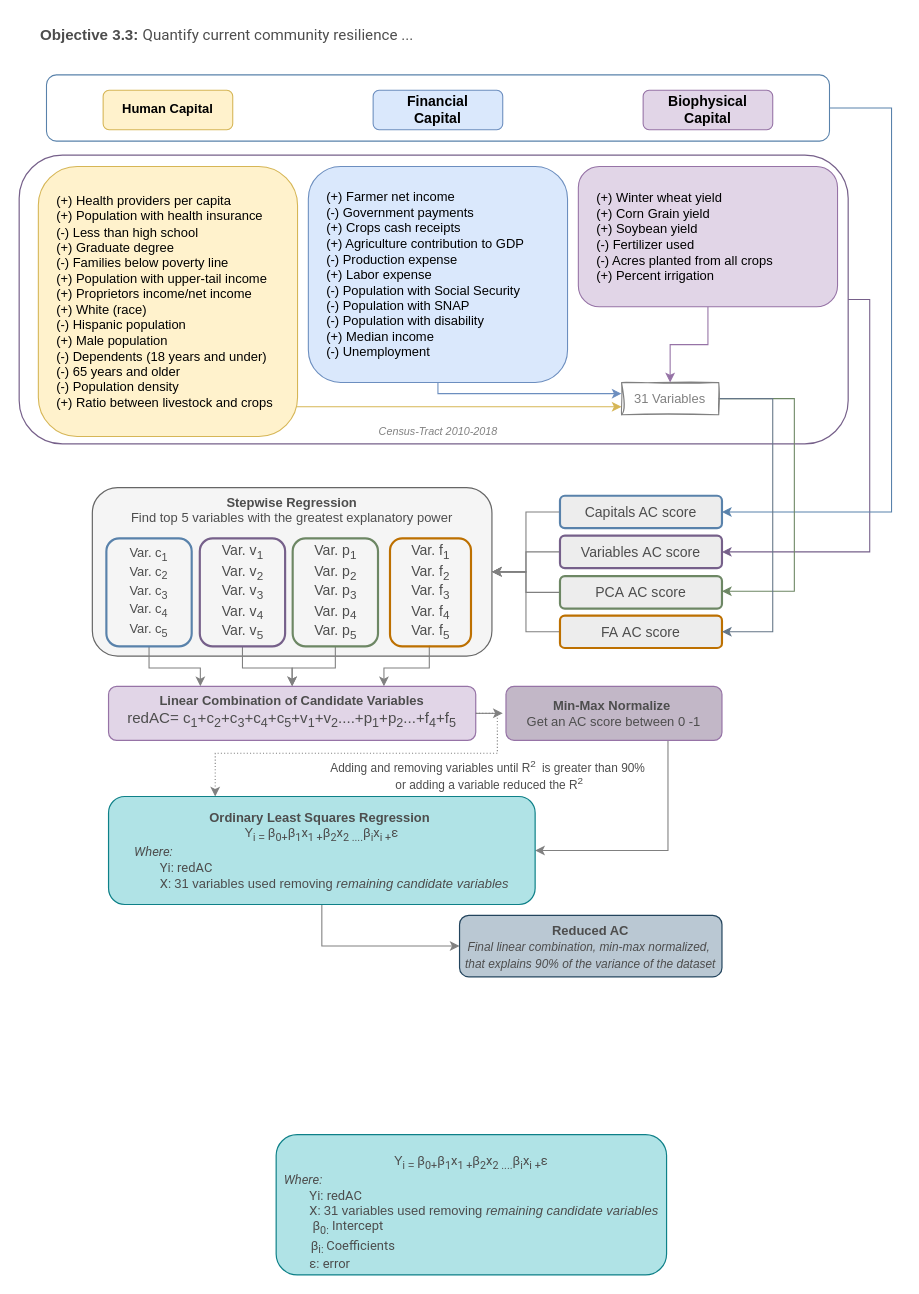
Before: relative std deviation.drawio in dealchre/gradDrawio, a draw.io diagram. Source tidied: cells renumbered, new cells numbered last; positions are measured from the earlier drawing's top-left corner, leaving out a move shared by most shapes. Both pictures are drawn from the tidied source at 108%, with x=0, y=0 at pixel (38, -284).
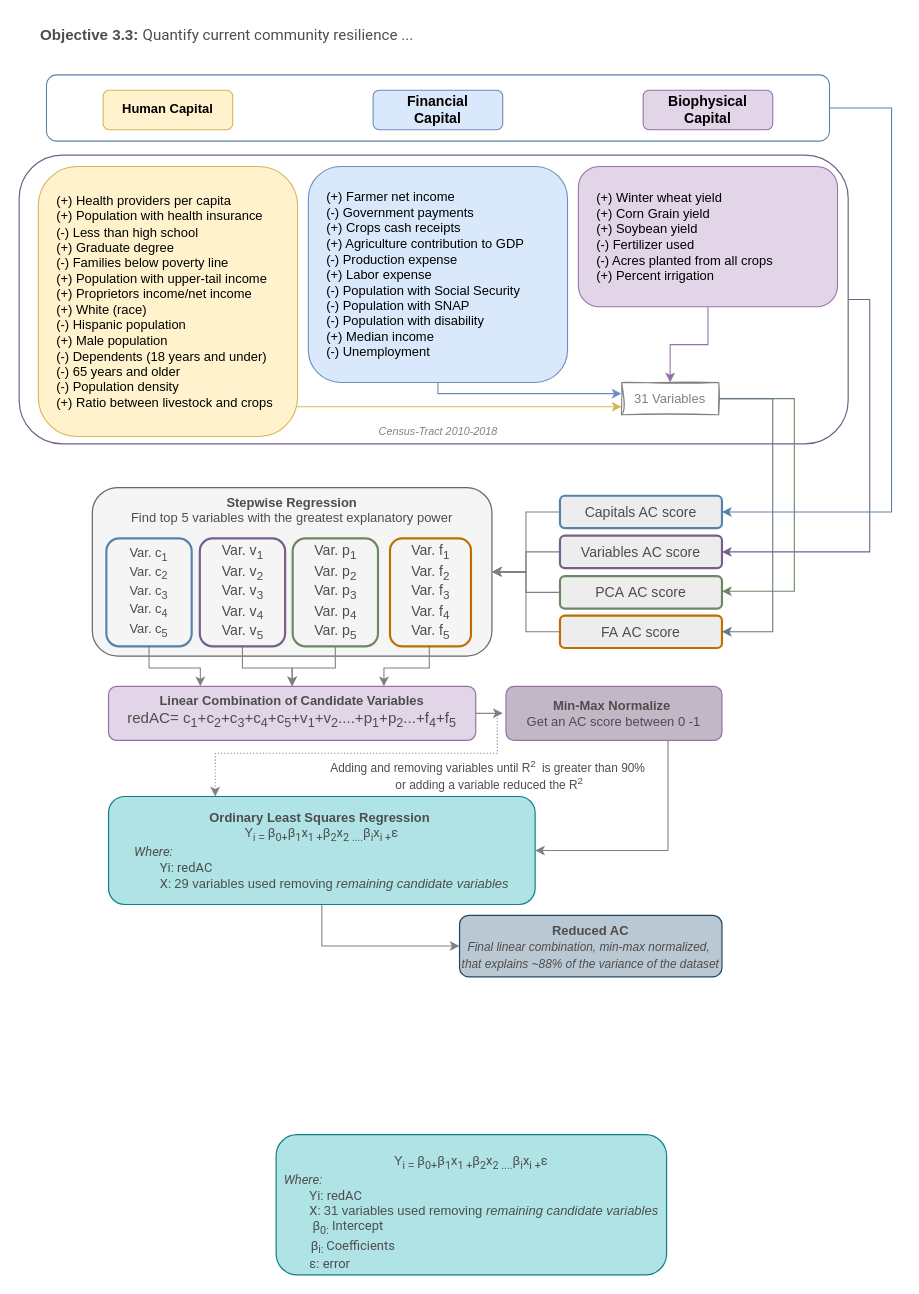
After the change.

What changed in the source:
```diff
@@
-    <mxCell id="24" value="&lt;b&gt;Ordinary Least Squares Regression&amp;nbsp;&lt;/b&gt;&lt;div&gt;&lt;div&gt;Y&lt;sub&gt;i =&amp;nbsp;&lt;/sub&gt;&lt;span style=&quot;font-family: &amp;quot;Google Sans&amp;quot;, Roboto, Arial, sans-serif; text-align: left;&quot;&gt;β&lt;sub&gt;0+&lt;/sub&gt;&lt;/span&gt;&lt;span style=&quot;font-family: &amp;quot;Google Sans&amp;quot;, Roboto, Arial, sans-serif; text-align: left;&quot;&gt;β&lt;sub&gt;1&lt;/sub&gt;x&lt;sub&gt;1 +&lt;/sub&gt;&lt;/span&gt;&lt;span style=&quot;font-family: &amp;quot;Google Sans&amp;quot;, Roboto, Arial, sans-serif; text-align: left;&quot;&gt;β&lt;/span&gt;&lt;span style=&quot;font-family: &amp;quot;Google Sans&amp;quot;, Roboto, Arial, sans-serif; text-align: left;&quot;&gt;&lt;sub&gt;2&lt;/sub&gt;&lt;/span&gt;&lt;span style=&quot;font-family: &amp;quot;Google Sans&amp;quot;, Roboto, Arial, sans-serif; text-align: left;&quot;&gt;x&lt;sub&gt;2&lt;/sub&gt;&lt;sub&gt;&amp;nbsp;....&lt;/sub&gt;&lt;/span&gt;&lt;span style=&quot;font-family: &amp;quot;Google Sans&amp;quot;, Roboto, Arial, sans-serif; text-align: left;&quot;&gt;β&lt;/span&gt;&lt;span style=&quot;font-family: &amp;quot;Google Sans&amp;quot;, Roboto, Arial, sans-serif; text-align: left;&quot;&gt;&lt;sub&gt;i&lt;/sub&gt;x&lt;sub&gt;i&lt;/sub&gt;&lt;sub&gt;&amp;nbsp;+&lt;/sub&gt;&lt;/span&gt;&lt;span style=&quot;font-family: &amp;quot;Google Sans&amp;quot;, Roboto, Arial, sans-serif; text-align: left;&quot;&gt;ε&lt;/span&gt;&lt;/div&gt;&lt;div style=&quot;text-align: left;&quot;&gt;&lt;font face=&quot;Google Sans, Roboto, Arial, sans-serif&quot;&gt;&lt;i&gt;Where:&lt;/i&gt;&amp;nbsp;&lt;/font&gt;&lt;/div&gt;&lt;div style=&quot;text-align: left;&quot;&gt;&lt;font face=&quot;Google Sans, Roboto, Arial, sans-serif&quot;&gt;&lt;span style=&quot;white-space: pre;&quot;&gt;&#9;&lt;/span&gt;Yi: redAC&lt;/font&gt;&lt;/div&gt;&lt;div style=&quot;text-align: left;&quot;&gt;&lt;font face=&quot;Google Sans, Roboto, Arial, sans-serif&quot;&gt;&lt;span style=&quot;white-space: pre;&quot;&gt;&#9;&lt;/span&gt;X:&amp;nbsp;&lt;/font&gt;&lt;span style=&quot;background-color: initial; text-align: center;&quot;&gt;31 variables used removing&amp;nbsp;&lt;i&gt;remaining candidate variables&lt;/i&gt;&lt;/span&gt;&lt;/div&gt;&lt;/div&gt;" style="whiteSpace=wrap;html=1;verticalAlign=middle;fillColor=#b0e3e6;strokeColor=#0e8088;rounded=1;strokeWidth=1.1;labelBorderColor=none;labelBackgroundColor=none;fontColor=#4D4D4D;" parent="1" vertex="1">
+    <mxCell id="24" value="&lt;b&gt;Ordinary Least Squares Regression&amp;nbsp;&lt;/b&gt;&lt;div&gt;&lt;div&gt;Y&lt;sub&gt;i =&amp;nbsp;&lt;/sub&gt;&lt;span style=&quot;font-family: &amp;quot;Google Sans&amp;quot;, Roboto, Arial, sans-serif; text-align: left;&quot;&gt;β&lt;sub&gt;0+&lt;/sub&gt;&lt;/span&gt;&lt;span style=&quot;font-family: &amp;quot;Google Sans&amp;quot;, Roboto, Arial, sans-serif; text-align: left;&quot;&gt;β&lt;sub&gt;1&lt;/sub&gt;x&lt;sub&gt;1 +&lt;/sub&gt;&lt;/span&gt;&lt;span style=&quot;font-family: &amp;quot;Google Sans&amp;quot;, Roboto, Arial, sans-serif; text-align: left;&quot;&gt;β&lt;/span&gt;&lt;span style=&quot;font-family: &amp;quot;Google Sans&amp;quot;, Roboto, Arial, sans-serif; text-align: left;&quot;&gt;&lt;sub&gt;2&lt;/sub&gt;&lt;/span&gt;&lt;span style=&quot;font-family: &amp;quot;Google Sans&amp;quot;, Roboto, Arial, sans-serif; text-align: left;&quot;&gt;x&lt;sub&gt;2&lt;/sub&gt;&lt;sub&gt;&amp;nbsp;....&lt;/sub&gt;&lt;/span&gt;&lt;span style=&quot;font-family: &amp;quot;Google Sans&amp;quot;, Roboto, Arial, sans-serif; text-align: left;&quot;&gt;β&lt;/span&gt;&lt;span style=&quot;font-family: &amp;quot;Google Sans&amp;quot;, Roboto, Arial, sans-serif; text-align: left;&quot;&gt;&lt;sub&gt;i&lt;/sub&gt;x&lt;sub&gt;i&lt;/sub&gt;&lt;sub&gt;&amp;nbsp;+&lt;/sub&gt;&lt;/span&gt;&lt;span style=&quot;font-family: &amp;quot;Google Sans&amp;quot;, Roboto, Arial, sans-serif; text-align: left;&quot;&gt;ε&lt;/span&gt;&lt;/div&gt;&lt;div style=&quot;text-align: left;&quot;&gt;&lt;font face=&quot;Google Sans, Roboto, Arial, sans-serif&quot;&gt;&lt;i&gt;Where:&lt;/i&gt;&amp;nbsp;&lt;/font&gt;&lt;/div&gt;&lt;div style=&quot;text-align: left;&quot;&gt;&lt;font face=&quot;Google Sans, Roboto, Arial, sans-serif&quot;&gt;&lt;span style=&quot;white-space: pre;&quot;&gt;&#9;&lt;/span&gt;Yi: redAC&lt;/font&gt;&lt;/div&gt;&lt;div style=&quot;text-align: left;&quot;&gt;&lt;font face=&quot;Google Sans, Roboto, Arial, sans-serif&quot;&gt;&lt;span style=&quot;white-space: pre;&quot;&gt;&#9;&lt;/span&gt;X:&amp;nbsp;&lt;/font&gt;&lt;span style=&quot;background-color: initial; text-align: center;&quot;&gt;29 variables used removing&amp;nbsp;&lt;i&gt;remaining candidate variables&lt;/i&gt;&lt;/span&gt;&lt;/div&gt;&lt;/div&gt;" style="whiteSpace=wrap;html=1;verticalAlign=middle;fillColor=#b0e3e6;strokeColor=#0e8088;rounded=1;strokeWidth=1.1;labelBorderColor=none;labelBackgroundColor=none;fontColor=#4D4D4D;" parent="1" vertex="1">
       <mxGeometry x="65" y="1000" width="395" height="100" as="geometry" />
     </mxCell>
-    <mxCell id="25" value="&lt;div style=&quot;&quot;&gt;&lt;b&gt;Reduced AC&lt;/b&gt;&lt;/div&gt;&lt;div style=&quot;font-size: 11px;&quot;&gt;&lt;div style=&quot;line-height: 10.4px;&quot;&gt;&lt;sub style=&quot;&quot;&gt;&lt;i style=&quot;font-size: 11px;&quot;&gt;&lt;font style=&quot;font-size: 11px;&quot;&gt;Final linear combination, min-max normalized,&amp;nbsp;&lt;/font&gt;&lt;/i&gt;&lt;/sub&gt;&lt;/div&gt;&lt;div style=&quot;line-height: 10.4px;&quot;&gt;&lt;sub&gt;&lt;i style=&quot;font-size: 11px;&quot;&gt;&lt;font style=&quot;font-size: 11px;&quot;&gt;that explains 90% of the variance of the dataset&lt;/font&gt;&lt;/i&gt;&lt;/sub&gt;&lt;/div&gt;&lt;/div&gt;" style="text;html=1;strokeColor=#23445d;fillColor=#bac8d3;align=center;verticalAlign=middle;whiteSpace=wrap;rounded=1;fontSize=12;strokeWidth=1.1;labelBorderColor=none;labelBackgroundColor=none;fontColor=#4D4D4D;" parent="1" vertex="1">
+    <mxCell id="25" value="&lt;div style=&quot;&quot;&gt;&lt;b&gt;Reduced AC&lt;/b&gt;&lt;/div&gt;&lt;div style=&quot;font-size: 11px;&quot;&gt;&lt;div style=&quot;line-height: 10.4px;&quot;&gt;&lt;sub style=&quot;&quot;&gt;&lt;i style=&quot;font-size: 11px;&quot;&gt;&lt;font style=&quot;font-size: 11px;&quot;&gt;Final linear combination, min-max normalized,&amp;nbsp;&lt;/font&gt;&lt;/i&gt;&lt;/sub&gt;&lt;/div&gt;&lt;div style=&quot;line-height: 10.4px;&quot;&gt;&lt;sub&gt;&lt;i style=&quot;font-size: 11px;&quot;&gt;&lt;font style=&quot;font-size: 11px;&quot;&gt;that explains ~88% of the variance of the dataset&lt;/font&gt;&lt;/i&gt;&lt;/sub&gt;&lt;/div&gt;&lt;/div&gt;" style="text;html=1;strokeColor=#23445d;fillColor=#bac8d3;align=center;verticalAlign=middle;whiteSpace=wrap;rounded=1;fontSize=12;strokeWidth=1.1;labelBorderColor=none;labelBackgroundColor=none;fontColor=#4D4D4D;" parent="1" vertex="1">
       <mxGeometry x="390" y="1110" width="243" height="57" as="geometry" />
     </mxCell>
```
